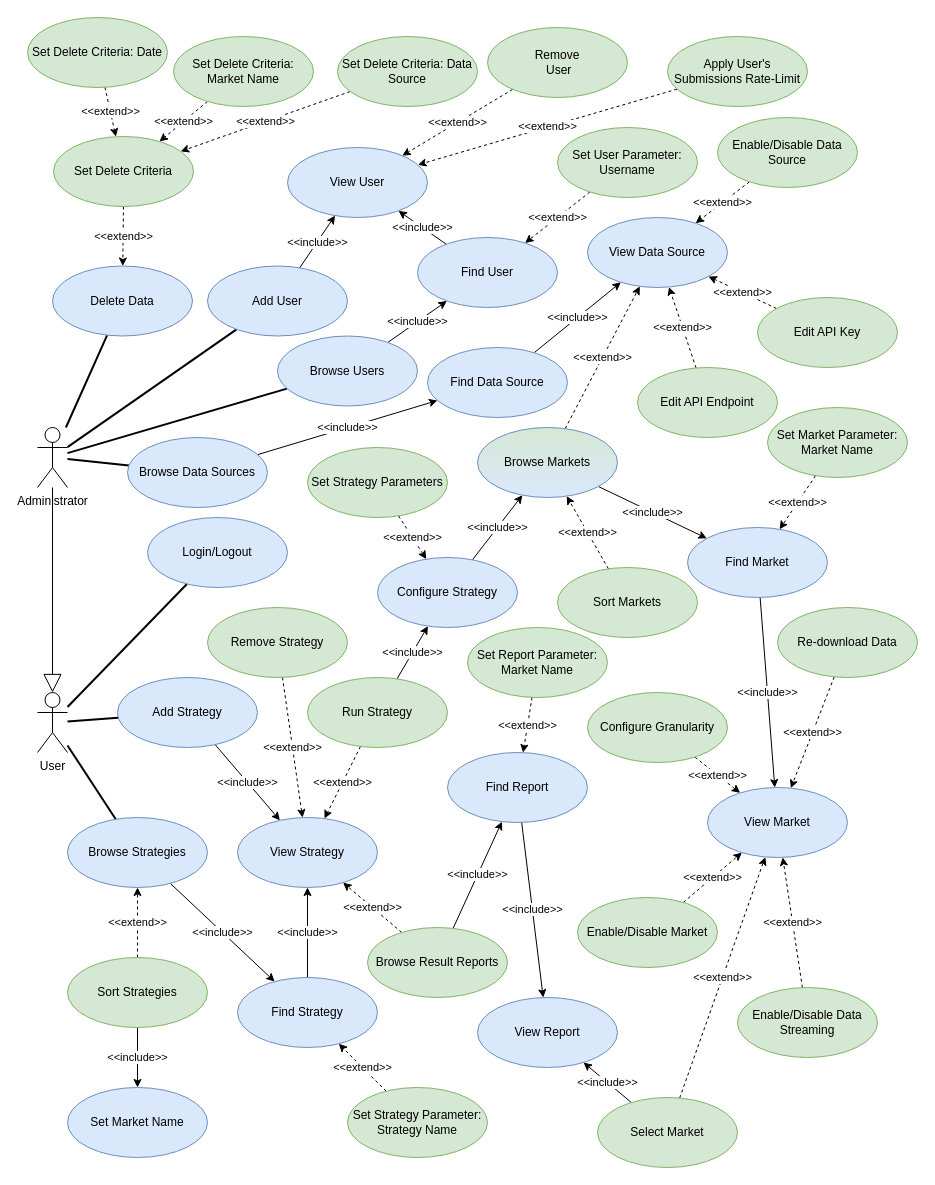
This is drawio/usecases.drawio from nferrante1/lsmsd2, a draw.io file, before an edit. Source tidied: cells renumbered, new cells numbered last; positions are measured from the earlier drawing's top-left corner, leaving out a move shared by most shapes. Both pictures are drawn from the tidied source at 100%, with x=0, y=0 at pixel (27, 17).
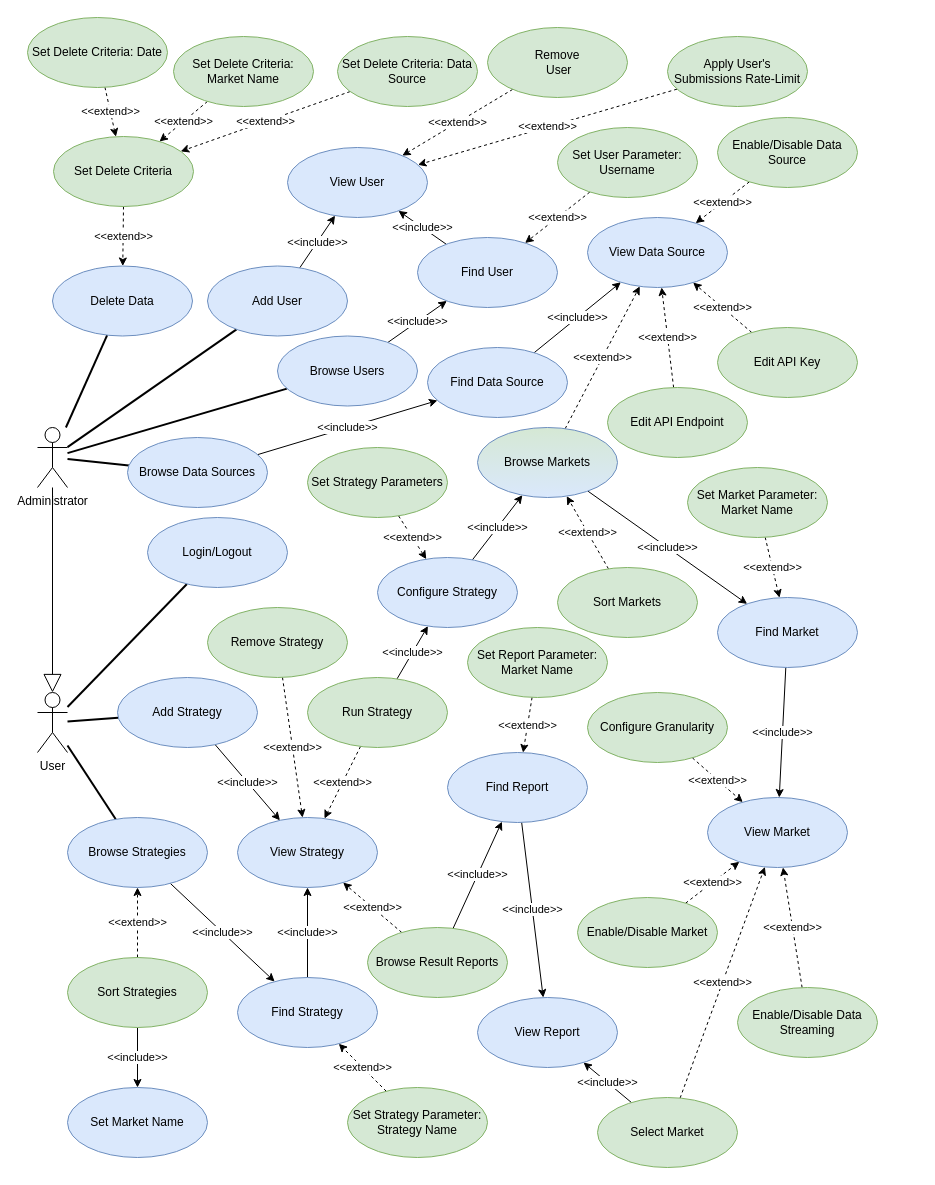
The same page after the edit.

Commit message:
Remove Re-download data use case

The edit, as a diff of the source:
```diff
@@
     <mxCell id="28" value="Edit API Key" style="ellipse;whiteSpace=wrap;html=1;fillColor=#d5e8d4;strokeColor=#82b366;" parent="1" vertex="1">
-      <mxGeometry x="730" y="280" width="140" height="70" as="geometry" />
+      <mxGeometry x="690" y="310" width="140" height="70" as="geometry" />
     </mxCell>
@@
-    <mxCell id="46" value="&amp;lt;&amp;lt;extend&amp;gt;&amp;gt;" style="edgeStyle=none;rounded=0;jettySize=auto;html=1;dashed=1;endArrow=classic;endFill=1;" parent="1" edge="1" source="47" target="52">
-      <mxGeometry relative="1" as="geometry" />
-    </mxCell>
-    <mxCell id="47" value="Re-download Data" style="ellipse;whiteSpace=wrap;html=1;fillColor=#d5e8d4;strokeColor=#82b366;" parent="1" vertex="1">
-      <mxGeometry x="750" y="590" width="140" height="70" as="geometry" />
-    </mxCell>
@@
     <mxCell id="49" value="Find Market" style="ellipse;whiteSpace=wrap;html=1;fillColor=#dae8fc;strokeColor=#6c8ebf;" parent="1" vertex="1">
-      <mxGeometry x="660" y="510" width="140" height="70" as="geometry" />
+      <mxGeometry x="690" y="580" width="140" height="70" as="geometry" />
     </mxCell>
@@
     <mxCell id="51" value="Set Market Parameter: Market Name" style="ellipse;whiteSpace=wrap;html=1;fillColor=#d5e8d4;strokeColor=#82b366;" parent="1" vertex="1">
-      <mxGeometry x="740" y="390" width="140" height="70" as="geometry" />
+      <mxGeometry x="660" y="450" width="140" height="70" as="geometry" />
     </mxCell>
     <mxCell id="52" value="View Market" style="ellipse;whiteSpace=wrap;html=1;fillColor=#dae8fc;strokeColor=#6c8ebf;" parent="1" vertex="1">
-      <mxGeometry x="680" y="770" width="140" height="70" as="geometry" />
+      <mxGeometry x="680" y="780" width="140" height="70" as="geometry" />
     </mxCell>
@@
     <mxCell id="92" value="Edit API Endpoint" style="ellipse;whiteSpace=wrap;html=1;fillColor=#d5e8d4;strokeColor=#82b366;" parent="1" vertex="1">
-      <mxGeometry x="610" y="350" width="140" height="70" as="geometry" />
+      <mxGeometry x="580" y="370" width="140" height="70" as="geometry" />
     </mxCell>
```
